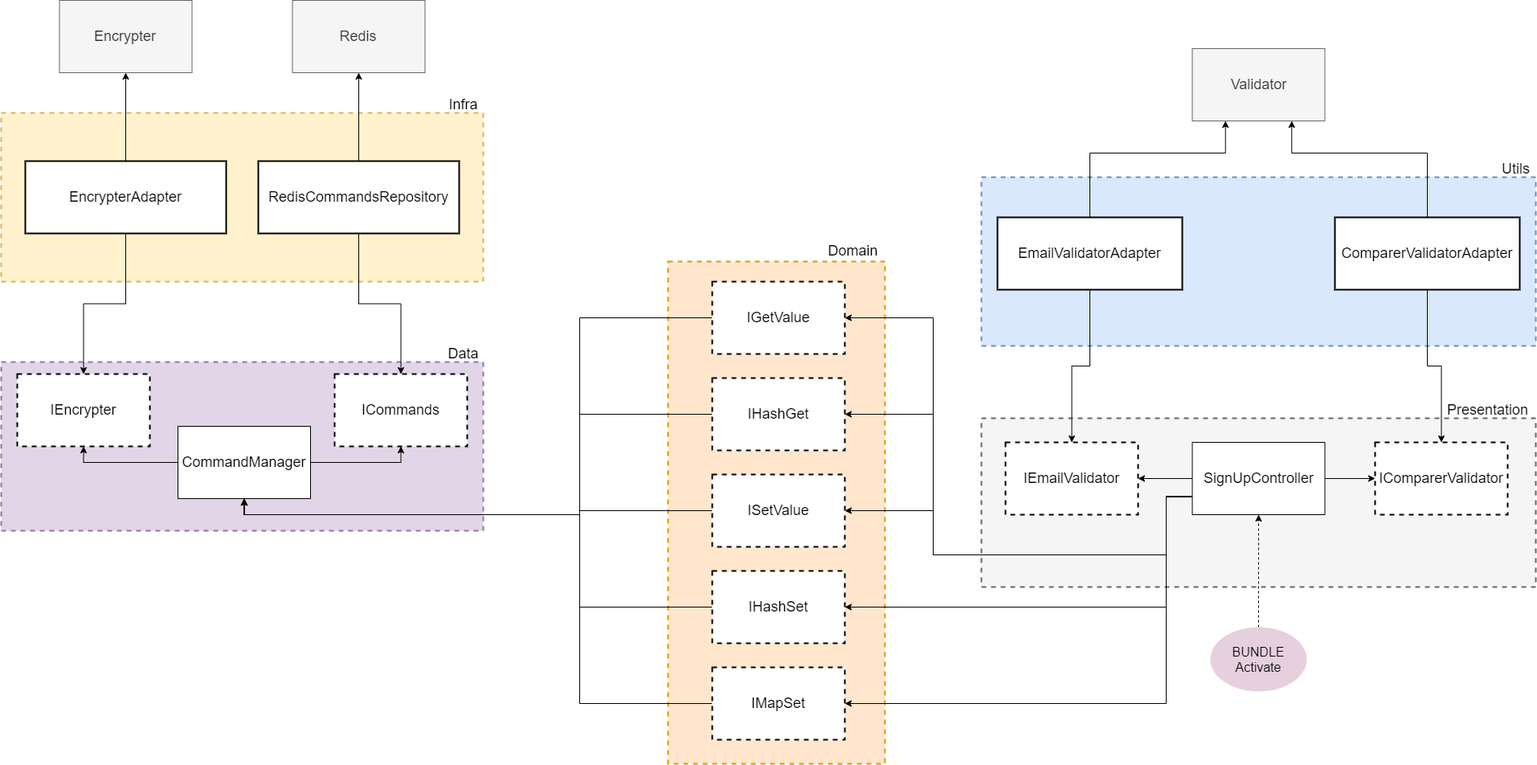
Before: .github/app/.github/Clean_Domain_driven_design_Example.png, a diagram exported from draw.io (JoanPedro/high-availability-redis-karaf). Source tidied: cells renumbered, new cells last; positions are measured from the earlier drawing's top-left corner, leaving out a move shared by most shapes.
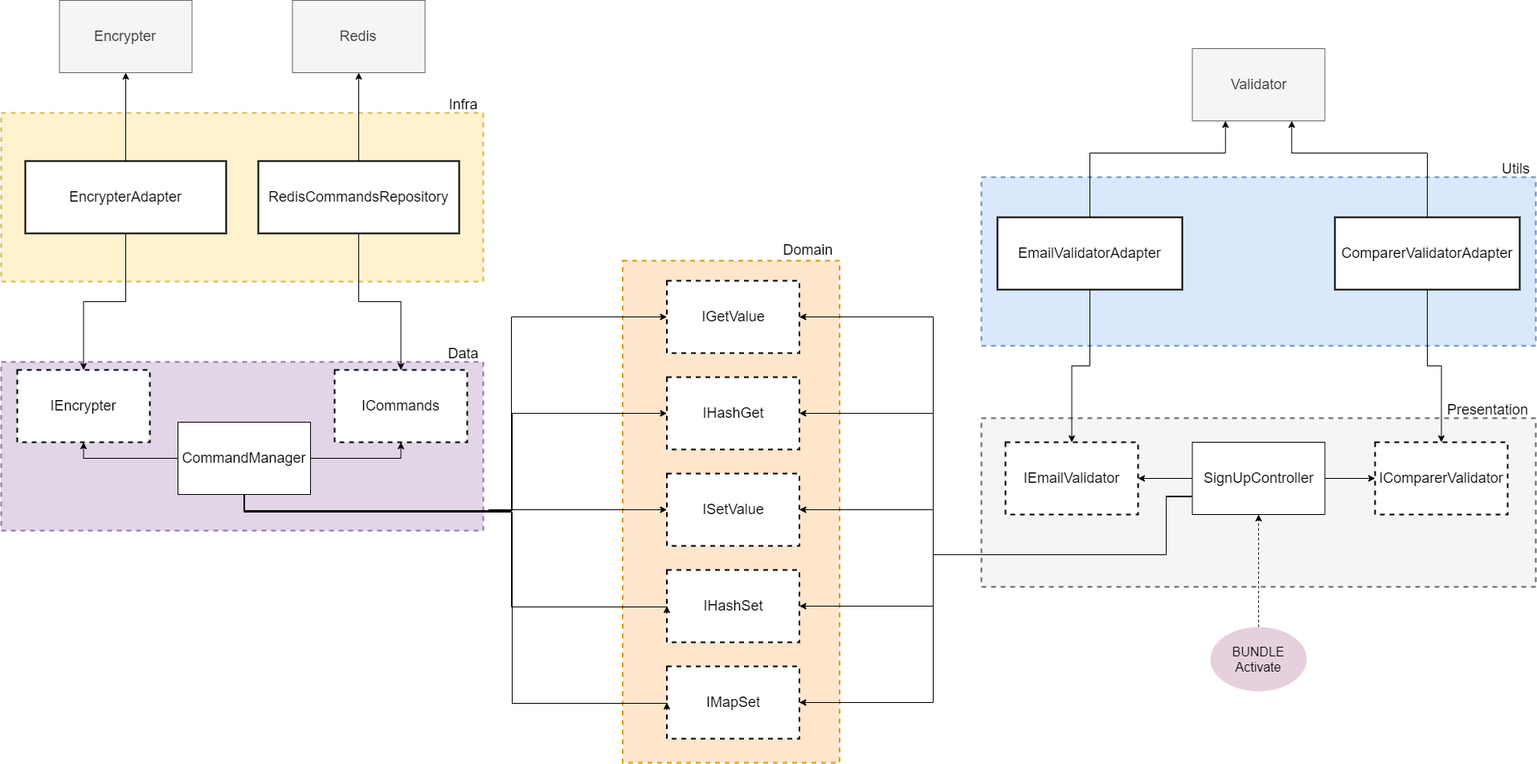
After the commit.

Diff of the diagram source:
```diff
@@ -6,7 +6,7 @@
       <mxGeometry x="1220" y="520" width="690" height="210" as="geometry" />
     </mxCell>
     <mxCell id="3" style="rounded=0;whiteSpace=wrap;html=1;dashed=1;strokeWidth=2;fillColor=#ffe6cc;strokeColor=#d79b00;" parent="1" vertex="1">
-      <mxGeometry x="830" y="325" width="270" height="625" as="geometry" />
+      <mxGeometry x="773.5" y="324" width="270" height="625" as="geometry" />
     </mxCell>
     <mxCell id="4" style="rounded=0;whiteSpace=wrap;html=1;dashed=1;strokeWidth=2;fillColor=#fff2cc;strokeColor=#d6b656;" parent="1" vertex="1">
       <mxGeometry y="140" width="600" height="210" as="geometry" />
@@ -29,46 +29,50 @@
     <mxCell id="10" style="edgeStyle=orthogonalEdgeStyle;rounded=0;jettySize=auto;html=1;exitX=0;exitY=0.75;exitDx=0;exitDy=0;entryX=1;entryY=0.5;entryDx=0;entryDy=0;" parent="1" edge="1" source="15" target="38">
       <mxGeometry relative="1" as="geometry">
         <Array as="points">
-          <mxPoint x="1450" y="618" />
-          <mxPoint x="1450" y="755" />
+          <mxPoint x="1450" y="617" />
+          <mxPoint x="1450" y="690" />
+          <mxPoint x="1160" y="690" />
+          <mxPoint x="1160" y="754" />
         </Array>
       </mxGeometry>
     </mxCell>
     <mxCell id="11" style="edgeStyle=orthogonalEdgeStyle;rounded=0;jettySize=auto;html=1;exitX=0;exitY=0.75;exitDx=0;exitDy=0;entryX=1;entryY=0.5;entryDx=0;entryDy=0;" parent="1" edge="1" source="15" target="40">
       <mxGeometry relative="1" as="geometry">
         <Array as="points">
-          <mxPoint x="1450" y="618" />
-          <mxPoint x="1450" y="875" />
+          <mxPoint x="1450" y="617" />
+          <mxPoint x="1450" y="690" />
+          <mxPoint x="1160" y="690" />
+          <mxPoint x="1160" y="874" />
         </Array>
       </mxGeometry>
     </mxCell>
     <mxCell id="12" style="edgeStyle=orthogonalEdgeStyle;rounded=0;jettySize=auto;html=1;exitX=0;exitY=0.75;exitDx=0;exitDy=0;entryX=1;entryY=0.5;entryDx=0;entryDy=0;" parent="1" edge="1" source="15" target="36">
       <mxGeometry relative="1" as="geometry">
         <Array as="points">
-          <mxPoint x="1450" y="618" />
+          <mxPoint x="1450" y="617" />
           <mxPoint x="1450" y="690" />
           <mxPoint x="1160" y="690" />
-          <mxPoint x="1160" y="635" />
+          <mxPoint x="1160" y="634" />
         </Array>
       </mxGeometry>
     </mxCell>
     <mxCell id="13" style="edgeStyle=orthogonalEdgeStyle;rounded=0;jettySize=auto;html=1;exitX=0;exitY=0.75;exitDx=0;exitDy=0;entryX=1;entryY=0.5;entryDx=0;entryDy=0;" parent="1" edge="1" source="15" target="34">
       <mxGeometry relative="1" as="geometry">
         <Array as="points">
-          <mxPoint x="1450" y="618" />
+          <mxPoint x="1450" y="617" />
           <mxPoint x="1450" y="690" />
           <mxPoint x="1160" y="690" />
-          <mxPoint x="1160" y="515" />
+          <mxPoint x="1160" y="514" />
         </Array>
       </mxGeometry>
     </mxCell>
     <mxCell id="14" style="edgeStyle=orthogonalEdgeStyle;rounded=0;jettySize=auto;html=1;exitX=0;exitY=0.75;exitDx=0;exitDy=0;entryX=1;entryY=0.5;entryDx=0;entryDy=0;" parent="1" edge="1" source="15" target="31">
       <mxGeometry relative="1" as="geometry">
         <Array as="points">
-          <mxPoint x="1450" y="618" />
+          <mxPoint x="1450" y="617" />
           <mxPoint x="1450" y="690" />
           <mxPoint x="1160" y="690" />
-          <mxPoint x="1160" y="395" />
+          <mxPoint x="1160" y="394" />
         </Array>
       </mxGeometry>
     </mxCell>
@@ -122,73 +126,28 @@
       <mxGeometry x="1860" y="200" width="50" height="20" as="geometry" />
     </mxCell>
     <mxCell id="28" value="&lt;font style=&quot;font-size: 18px&quot;&gt;ICommands&lt;/font&gt;" style="rounded=0;whiteSpace=wrap;html=1;strokeWidth=2;dashed=1;" parent="1" vertex="1">
-      <mxGeometry x="415" y="465" width="165" height="90" as="geometry" />
+      <mxGeometry x="415" y="460" width="165" height="90" as="geometry" />
     </mxCell>
     <mxCell id="29" value="&lt;font style=&quot;font-size: 18px&quot;&gt;IEncrypter&lt;/font&gt;" style="rounded=0;whiteSpace=wrap;html=1;strokeWidth=2;dashed=1;" parent="1" vertex="1">
-      <mxGeometry x="20" y="465" width="165" height="90" as="geometry" />
+      <mxGeometry x="20" y="460" width="165" height="90" as="geometry" />
     </mxCell>
-    <mxCell id="30" style="edgeStyle=orthogonalEdgeStyle;rounded=0;jettySize=auto;html=1;exitX=0;exitY=0.5;exitDx=0;exitDy=0;entryX=0.5;entryY=1;entryDx=0;entryDy=0;" parent="1" edge="1" source="31" target="43">
-      <mxGeometry relative="1" as="geometry">
-        <Array as="points">
-          <mxPoint x="720" y="395" />
-          <mxPoint x="720" y="640" />
-          <mxPoint x="302" y="640" />
-        </Array>
-      </mxGeometry>
-    </mxCell>
     <mxCell id="31" value="&lt;span style=&quot;font-size: 18px&quot;&gt;IGetValue&lt;/span&gt;" style="rounded=0;whiteSpace=wrap;html=1;strokeWidth=2;dashed=1;" parent="1" vertex="1">
-      <mxGeometry x="885" y="350" width="165" height="90" as="geometry" />
+      <mxGeometry x="828.5" y="349" width="165" height="90" as="geometry" />
     </mxCell>
     <mxCell id="32" value="&lt;font style=&quot;font-size: 18px&quot;&gt;Domain&lt;/font&gt;" style="text;html=1;align=center;verticalAlign=middle;" parent="1" vertex="1">
-      <mxGeometry x="1020" y="302" width="80" height="20" as="geometry" />
+      <mxGeometry x="963.5" y="301" width="80" height="20" as="geometry" />
     </mxCell>
-    <mxCell id="33" style="edgeStyle=orthogonalEdgeStyle;rounded=0;jettySize=auto;html=1;exitX=0;exitY=0.5;exitDx=0;exitDy=0;entryX=0.5;entryY=1;entryDx=0;entryDy=0;" parent="1" edge="1" source="34" target="43">
-      <mxGeometry relative="1" as="geometry">
-        <Array as="points">
-          <mxPoint x="720" y="515" />
-          <mxPoint x="720" y="640" />
-          <mxPoint x="302" y="640" />
-        </Array>
-      </mxGeometry>
-    </mxCell>
     <mxCell id="34" value="&lt;span style=&quot;font-size: 18px&quot;&gt;IHashGet&lt;/span&gt;" style="rounded=0;whiteSpace=wrap;html=1;strokeWidth=2;dashed=1;" parent="1" vertex="1">
-      <mxGeometry x="885" y="470" width="165" height="90" as="geometry" />
+      <mxGeometry x="828.5" y="469" width="165" height="90" as="geometry" />
     </mxCell>
-    <mxCell id="35" style="edgeStyle=orthogonalEdgeStyle;rounded=0;jettySize=auto;html=1;exitX=0;exitY=0.5;exitDx=0;exitDy=0;entryX=0.5;entryY=1;entryDx=0;entryDy=0;" parent="1" edge="1" source="36" target="43">
-      <mxGeometry relative="1" as="geometry">
-        <Array as="points">
-          <mxPoint x="720" y="635" />
-          <mxPoint x="720" y="640" />
-          <mxPoint x="302" y="640" />
-        </Array>
-      </mxGeometry>
-    </mxCell>
     <mxCell id="36" value="&lt;span style=&quot;font-size: 18px&quot;&gt;ISetValue&lt;/span&gt;" style="rounded=0;whiteSpace=wrap;html=1;strokeWidth=2;dashed=1;" parent="1" vertex="1">
-      <mxGeometry x="885" y="590" width="165" height="90" as="geometry" />
+      <mxGeometry x="828.5" y="589" width="165" height="90" as="geometry" />
     </mxCell>
-    <mxCell id="37" style="edgeStyle=orthogonalEdgeStyle;rounded=0;jettySize=auto;html=1;exitX=0;exitY=0.5;exitDx=0;exitDy=0;entryX=0.5;entryY=1;entryDx=0;entryDy=0;" parent="1" edge="1" source="38" target="43">
-      <mxGeometry relative="1" as="geometry">
-        <Array as="points">
-          <mxPoint x="720" y="755" />
-          <mxPoint x="720" y="640" />
-          <mxPoint x="302" y="640" />
-        </Array>
-      </mxGeometry>
-    </mxCell>
     <mxCell id="38" value="&lt;span style=&quot;font-size: 18px&quot;&gt;IHashSet&lt;/span&gt;" style="rounded=0;whiteSpace=wrap;html=1;strokeWidth=2;dashed=1;" parent="1" vertex="1">
-      <mxGeometry x="885" y="710" width="165" height="90" as="geometry" />
+      <mxGeometry x="828.5" y="709" width="165" height="90" as="geometry" />
     </mxCell>
-    <mxCell id="39" style="edgeStyle=orthogonalEdgeStyle;rounded=0;jettySize=auto;html=1;exitX=0;exitY=0.5;exitDx=0;exitDy=0;entryX=0.5;entryY=1;entryDx=0;entryDy=0;" parent="1" edge="1" source="40" target="43">
-      <mxGeometry relative="1" as="geometry">
-        <Array as="points">
-          <mxPoint x="720" y="875" />
-          <mxPoint x="720" y="640" />
-          <mxPoint x="303" y="640" />
-        </Array>
-      </mxGeometry>
-    </mxCell>
     <mxCell id="40" value="&lt;span style=&quot;font-size: 18px&quot;&gt;IMapSet&lt;/span&gt;" style="rounded=0;whiteSpace=wrap;html=1;strokeWidth=2;dashed=1;" parent="1" vertex="1">
-      <mxGeometry x="885" y="830" width="165" height="90" as="geometry" />
+      <mxGeometry x="828.5" y="829" width="165" height="90" as="geometry" />
     </mxCell>
     <mxCell id="41" style="edgeStyle=orthogonalEdgeStyle;rounded=0;jettySize=auto;html=1;exitX=0;exitY=0.5;exitDx=0;exitDy=0;entryX=0.5;entryY=1;entryDx=0;entryDy=0;" parent="1" edge="1" source="43" target="29">
       <mxGeometry relative="1" as="geometry" />
@@ -196,8 +155,47 @@
     <mxCell id="42" style="edgeStyle=orthogonalEdgeStyle;rounded=0;jettySize=auto;html=1;exitX=1;exitY=0.5;exitDx=0;exitDy=0;entryX=0.5;entryY=1;entryDx=0;entryDy=0;" parent="1" edge="1" source="43" target="28">
       <mxGeometry relative="1" as="geometry" />
     </mxCell>
+    <mxCell id="54" style="edgeStyle=orthogonalEdgeStyle;rounded=0;jettySize=auto;html=1;exitX=0.5;exitY=1;exitDx=0;exitDy=0;entryX=0;entryY=0.5;entryDx=0;entryDy=0;" parent="1" edge="1" source="43" target="36">
+      <mxGeometry relative="1" as="geometry" />
+    </mxCell>
+    <mxCell id="55" style="edgeStyle=orthogonalEdgeStyle;rounded=0;jettySize=auto;html=1;exitX=0.5;exitY=1;exitDx=0;exitDy=0;entryX=0;entryY=0.5;entryDx=0;entryDy=0;" parent="1" edge="1" source="43" target="34">
+      <mxGeometry relative="1" as="geometry">
+        <Array as="points">
+          <mxPoint x="303" y="635" />
+          <mxPoint x="636" y="635" />
+          <mxPoint x="636" y="514" />
+        </Array>
+      </mxGeometry>
+    </mxCell>
+    <mxCell id="56" style="edgeStyle=orthogonalEdgeStyle;rounded=0;jettySize=auto;html=1;exitX=0.5;exitY=1;exitDx=0;exitDy=0;entryX=0;entryY=0.5;entryDx=0;entryDy=0;" parent="1" edge="1" source="43" target="31">
+      <mxGeometry relative="1" as="geometry">
+        <Array as="points">
+          <mxPoint x="303" y="635" />
+          <mxPoint x="635" y="635" />
+          <mxPoint x="635" y="394" />
+        </Array>
+      </mxGeometry>
+    </mxCell>
+    <mxCell id="57" style="edgeStyle=orthogonalEdgeStyle;rounded=0;jettySize=auto;html=1;exitX=0.5;exitY=1;exitDx=0;exitDy=0;entryX=0;entryY=0.5;entryDx=0;entryDy=0;" parent="1" edge="1" source="43" target="38">
+      <mxGeometry relative="1" as="geometry">
+        <Array as="points">
+          <mxPoint x="303" y="636" />
+          <mxPoint x="635" y="636" />
+          <mxPoint x="635" y="755" />
+        </Array>
+      </mxGeometry>
+    </mxCell>
+    <mxCell id="58" style="edgeStyle=orthogonalEdgeStyle;rounded=0;jettySize=auto;html=1;exitX=0.5;exitY=1;exitDx=0;exitDy=0;entryX=0;entryY=0.5;entryDx=0;entryDy=0;" parent="1" edge="1" source="43" target="40">
+      <mxGeometry relative="1" as="geometry">
+        <Array as="points">
+          <mxPoint x="302" y="637" />
+          <mxPoint x="636" y="637" />
+          <mxPoint x="636" y="875" />
+        </Array>
+      </mxGeometry>
+    </mxCell>
     <mxCell id="43" value="&lt;font style=&quot;font-size: 18px&quot;&gt;CommandManager&lt;/font&gt;" style="rounded=0;whiteSpace=wrap;html=1;strokeWidth=1;" parent="1" vertex="1">
-      <mxGeometry x="220" y="530" width="165" height="90" as="geometry" />
+      <mxGeometry x="220" y="525" width="165" height="90" as="geometry" />
     </mxCell>
     <mxCell id="44" value="&lt;font style=&quot;font-size: 18px&quot;&gt;Data&lt;/font&gt;" style="text;html=1;align=center;verticalAlign=middle;" parent="1" vertex="1">
       <mxGeometry x="550" y="430" width="50" height="20" as="geometry" />
```
